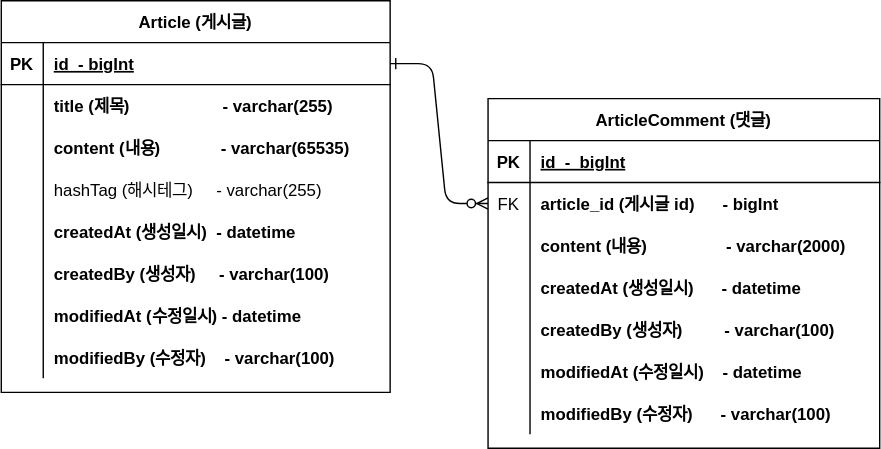
The draw.io diagram document/project-board.svg in buchonsi/board-service, before a commit. Source tidied: cells renumbered, new cells last; positions are measured from the earlier drawing's top-left corner, leaving out a move shared by most shapes.
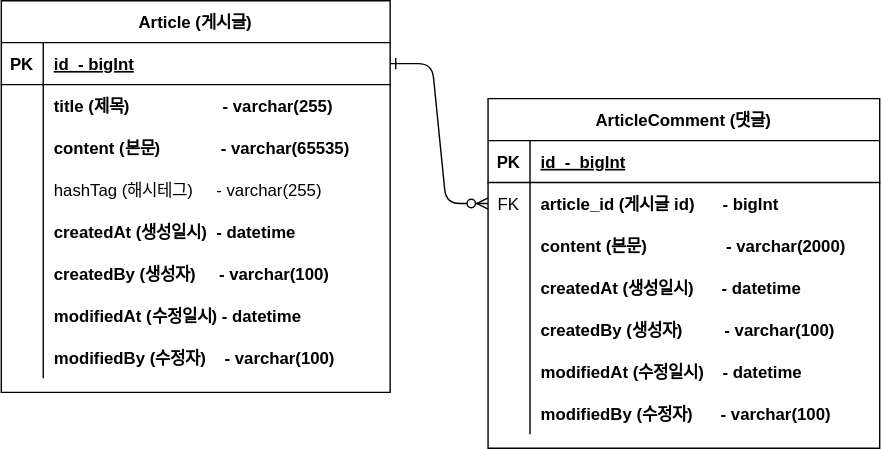
Above is the later version.

Diff of the diagram source:
```diff
@@ -32,7 +32,7 @@
     <mxCell id="11" style="shape=partialRectangle;overflow=hidden;fillColor=none;top=0;left=0;bottom=0;right=0;" parent="10" vertex="1">
       <mxGeometry width="30" height="30" as="geometry" />
     </mxCell>
-    <mxCell id="12" value="content (내용)                 - varchar(2000)" style="shape=partialRectangle;overflow=hidden;fillColor=none;top=0;left=0;bottom=0;right=0;align=left;spacingLeft=6;fontStyle=1;" parent="10" vertex="1">
+    <mxCell id="12" value="content (본문)                 - varchar(2000)" style="shape=partialRectangle;overflow=hidden;fillColor=none;top=0;left=0;bottom=0;right=0;align=left;spacingLeft=6;fontStyle=1;" parent="10" vertex="1">
       <mxGeometry x="30" width="250" height="30" as="geometry" />
     </mxCell>
     <mxCell id="13" style="shape=partialRectangle;fillColor=none;top=0;left=0;right=0;bottom=0;" parent="3" vertex="1">
@@ -98,7 +98,7 @@
     <mxCell id="33" style="shape=partialRectangle;overflow=hidden;fillColor=none;top=0;left=0;bottom=0;right=0;" parent="32" vertex="1">
       <mxGeometry width="30" height="30" as="geometry" />
     </mxCell>
-    <mxCell id="34" value="content (내용)             - varchar(65535)" style="shape=partialRectangle;overflow=hidden;fillColor=none;top=0;left=0;bottom=0;right=0;align=left;spacingLeft=6;fontStyle=1;" parent="32" vertex="1">
+    <mxCell id="34" value="content (본문)             - varchar(65535)" style="shape=partialRectangle;overflow=hidden;fillColor=none;top=0;left=0;bottom=0;right=0;align=left;spacingLeft=6;fontStyle=1;" parent="32" vertex="1">
       <mxGeometry x="30" width="248" height="30" as="geometry" />
     </mxCell>
     <mxCell id="35" style="shape=partialRectangle;fillColor=none;top=0;left=0;right=0;bottom=0;" parent="25" vertex="1">
```
